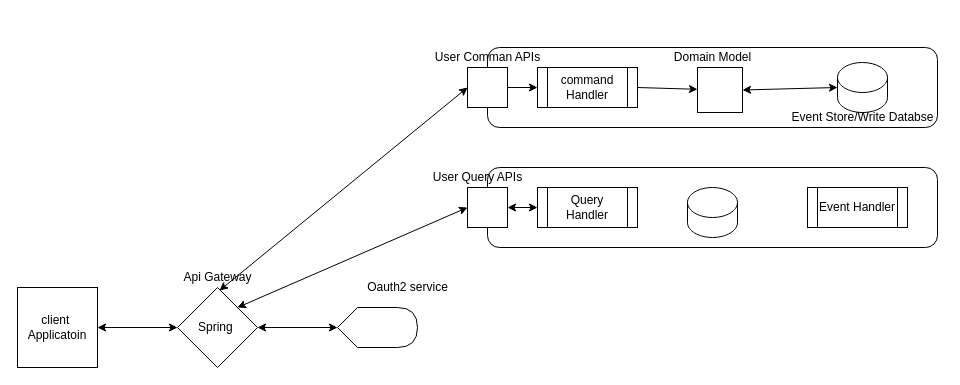
Above: Untitled Diagram.drawio in jaskirat13/CQRS (draw.io), before the change. Source tidied: cells renumbered, new cells numbered last; positions are measured from the earlier drawing's top-left corner, leaving out a move shared by most shapes. Both pictures are drawn from the tidied source at 100%, with x=0, y=0 at pixel (17, 47).
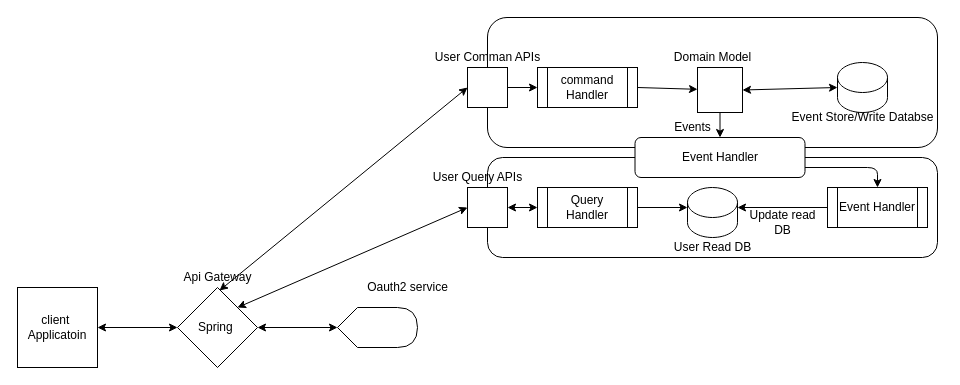
The same page after the edit.

Unchanged cells that the change refers to:
```xml
<mxCell id="14" value="Query Handler&lt;br&gt;" style="shape=process;whiteSpace=wrap;html=1;backgroundOutline=1;" parent="1" vertex="1">
  <mxGeometry x="520" y="140" width="100" height="40" as="geometry" />
</mxCell>
<mxCell id="15" style="shape=cylinder3;whiteSpace=wrap;html=1;boundedLbl=1;backgroundOutline=1;size=15;" parent="1" vertex="1">
  <mxGeometry x="670" y="140" width="50" height="50" as="geometry" />
</mxCell>
<mxCell id="17" style="whiteSpace=wrap;html=1;" parent="1" vertex="1">
  <mxGeometry x="680" y="20" width="45" height="45" as="geometry" />
</mxCell>
```

Change to the diagram source:
```diff
@@
     <mxCell id="7" style="rounded=1;whiteSpace=wrap;html=1;" parent="1" vertex="1">
-      <mxGeometry x="470" width="450" height="80" as="geometry" />
+      <mxGeometry x="470" y="-30" width="450" height="130" as="geometry" />
     </mxCell>
@@
     <mxCell id="10" style="rounded=1;whiteSpace=wrap;html=1;" parent="1" vertex="1">
-      <mxGeometry x="470" y="120" width="450" height="80" as="geometry" />
+      <mxGeometry x="470" y="110" width="450" height="100" as="geometry" />
     </mxCell>
@@
     <mxCell id="20" value="Event Handler" style="shape=process;whiteSpace=wrap;html=1;backgroundOutline=1;" parent="1" vertex="1">
-      <mxGeometry x="790" y="140" width="100" height="40" as="geometry" />
+      <mxGeometry x="810" y="140" width="100" height="40" as="geometry" />
     </mxCell>
@@
+    <mxCell id="29" value="Event Handler" style="rounded=1;whiteSpace=wrap;html=1;" parent="1" vertex="1">
+      <mxGeometry x="617.5" y="90" width="170" height="40" as="geometry" />
+    </mxCell>
+    <mxCell id="30" style="endArrow=classic;html=1;exitX=0.5;exitY=1;exitDx=0;exitDy=0;entryX=0.5;entryY=0;entryDx=0;entryDy=0;" parent="1" edge="1" source="17" target="29">
+      <mxGeometry relative="1" as="geometry" />
+    </mxCell>
+    <mxCell id="31" value="Events" style="text;html=1;align=center;verticalAlign=middle;strokeColor=none;" parent="1" vertex="1">
+      <mxGeometry x="650" y="70" width="50" height="20" as="geometry" />
+    </mxCell>
+    <mxCell id="32" style="endArrow=classic;html=1;entryX=0.5;entryY=0;entryDx=0;entryDy=0;exitX=1;exitY=0.75;exitDx=0;exitDy=0;" parent="1" edge="1" source="29" target="20">
+      <mxGeometry relative="1" as="geometry">
+        <Array as="points">
+          <mxPoint x="860" y="120" />
+        </Array>
+      </mxGeometry>
+    </mxCell>
+    <mxCell id="33" value="User Read DB" style="text;html=1;align=center;verticalAlign=middle;strokeColor=none;" parent="1" vertex="1">
+      <mxGeometry x="650" y="190" width="90" height="20" as="geometry" />
+    </mxCell>
+    <mxCell id="34" style="endArrow=classic;html=1;exitX=0;exitY=0.5;exitDx=0;exitDy=0;entryX=1;entryY=0;entryDx=0;entryDy=20;entryPerimeter=0;" parent="1" edge="1" source="20" target="15">
+      <mxGeometry relative="1" as="geometry" />
+    </mxCell>
+    <mxCell id="35" value="Update read &lt;br&gt;DB" style="text;html=1;align=center;verticalAlign=middle;strokeColor=none;" parent="1" vertex="1">
+      <mxGeometry x="725" y="160" width="80" height="30" as="geometry" />
+    </mxCell>
+    <mxCell id="36" style="endArrow=classic;html=1;entryX=0;entryY=0;entryDx=0;entryDy=20;entryPerimeter=0;exitX=1;exitY=0.5;exitDx=0;exitDy=0;" parent="1" edge="1" source="14" target="15">
+      <mxGeometry relative="1" as="geometry" />
+    </mxCell>
```
